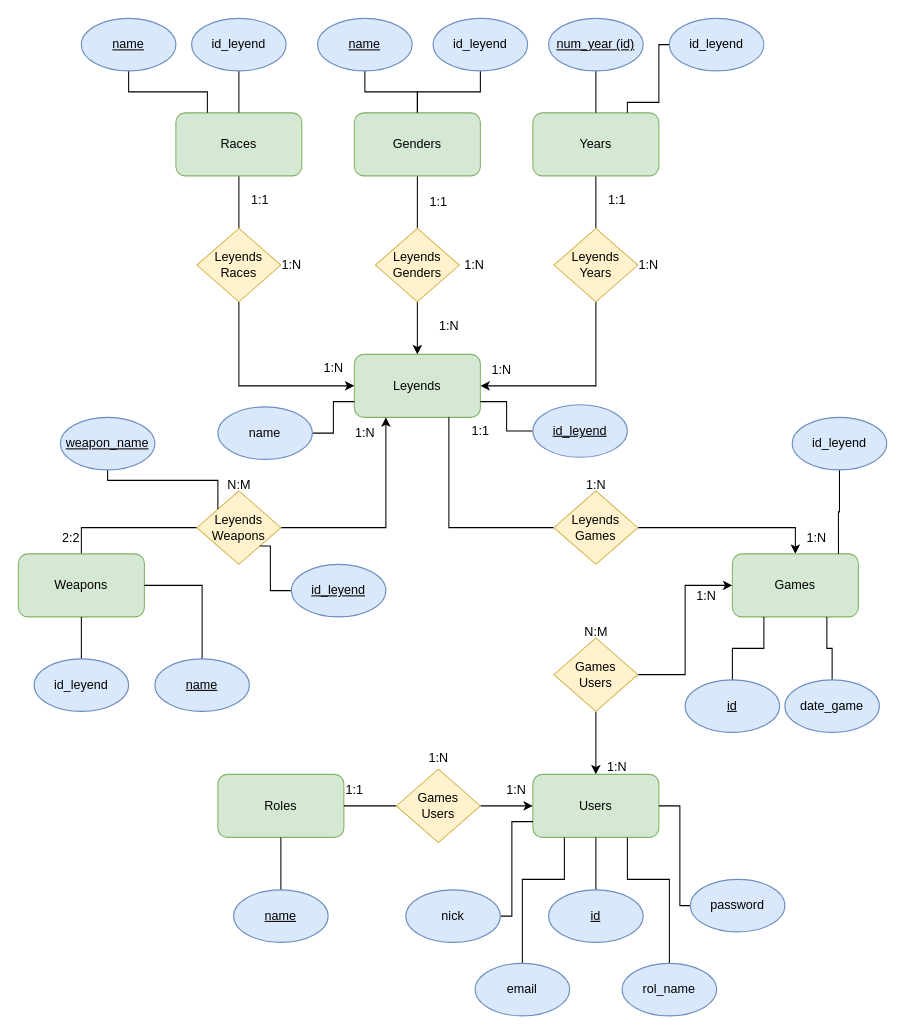
Angel-L-G/Brawdle keeps this draw.io diagram as SQL/Diagram/Entity–relationship.drawio. Above is the earlier version. Source tidied: cells renumbered, new cells numbered last; positions are measured from the earlier drawing's top-left corner, leaving out a move shared by most shapes. Both pictures are drawn from the tidied source at 105%, with x=0, y=0 at pixel (18, 18).
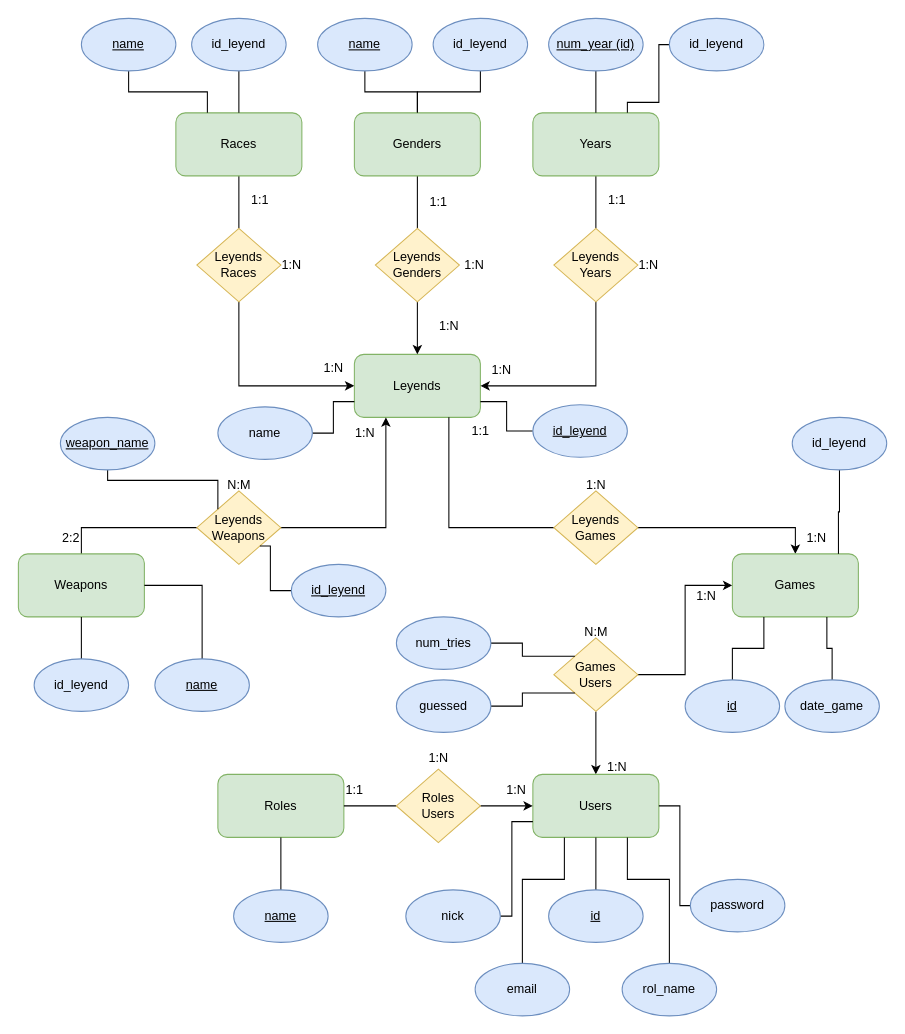
The same diagram, later.

The change refers to these unchanged cells:
```xml
<mxCell id="40" value="Games&lt;br&gt;Users" style="rhombus;whiteSpace=wrap;html=1;fillColor=#fff2cc;strokeColor=#d6b656;" parent="1" vertex="1">
  <mxGeometry x="510" y="590" width="80" height="70" as="geometry" />
</mxCell>
```

What changed in the source:
```diff
@@
-    <mxCell id="48" value="Games&lt;br&gt;Users" style="rhombus;whiteSpace=wrap;html=1;fillColor=#fff2cc;strokeColor=#d6b656;" parent="1" vertex="1">
+    <mxCell id="48" value="Roles&lt;br&gt;Users" style="rhombus;whiteSpace=wrap;html=1;fillColor=#fff2cc;strokeColor=#d6b656;" parent="1" vertex="1">
       <mxGeometry x="360" y="715" width="80" height="70" as="geometry" />
     </mxCell>
@@
+    <mxCell id="94" style="edgeStyle=orthogonalEdgeStyle;rounded=0;jettySize=auto;html=1;endArrow=none;endFill=0;entryX=0;entryY=1;entryDx=0;entryDy=0;" parent="1" edge="1" source="95" target="40">
+      <mxGeometry relative="1" as="geometry" />
+    </mxCell>
+    <mxCell id="95" value="guessed" style="ellipse;whiteSpace=wrap;html=1;fillColor=#dae8fc;strokeColor=#6c8ebf;" parent="1" vertex="1">
+      <mxGeometry x="360" y="630" width="90" height="50" as="geometry" />
+    </mxCell>
+    <mxCell id="96" style="edgeStyle=orthogonalEdgeStyle;rounded=0;jettySize=auto;html=1;entryX=0;entryY=0;entryDx=0;entryDy=0;endArrow=none;endFill=0;" parent="1" edge="1" source="97" target="40">
+      <mxGeometry relative="1" as="geometry" />
+    </mxCell>
+    <mxCell id="97" value="num_tries" style="ellipse;whiteSpace=wrap;html=1;fillColor=#dae8fc;strokeColor=#6c8ebf;" parent="1" vertex="1">
+      <mxGeometry x="360" y="570" width="90" height="50" as="geometry" />
+    </mxCell>
```
